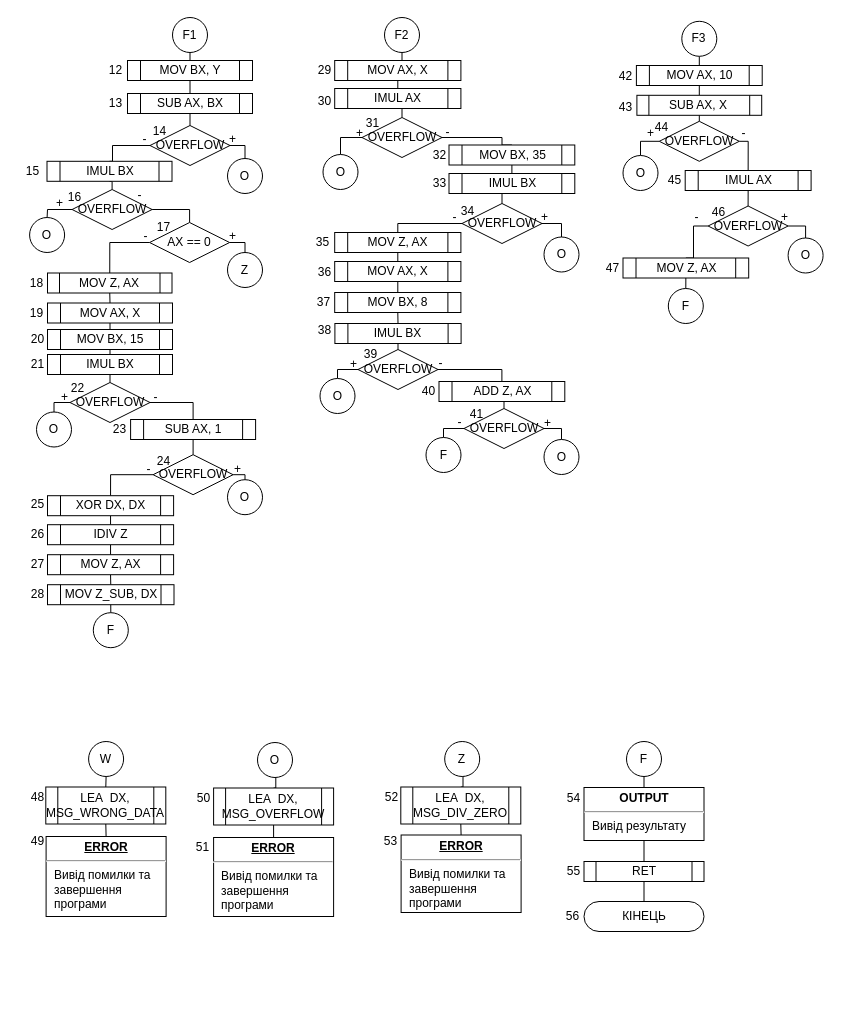
The draw.io diagram block_schemes/Lab3_123_errors.drawio in MilaHalko/Assembler-Labs, before the edit. Source tidied: cells renumbered, new cells numbered last; positions are measured from the earlier drawing's top-left corner, leaving out a move shared by most shapes. Both pictures are drawn from the tidied source at 100%, with x=0, y=0 at pixel (17, 17).
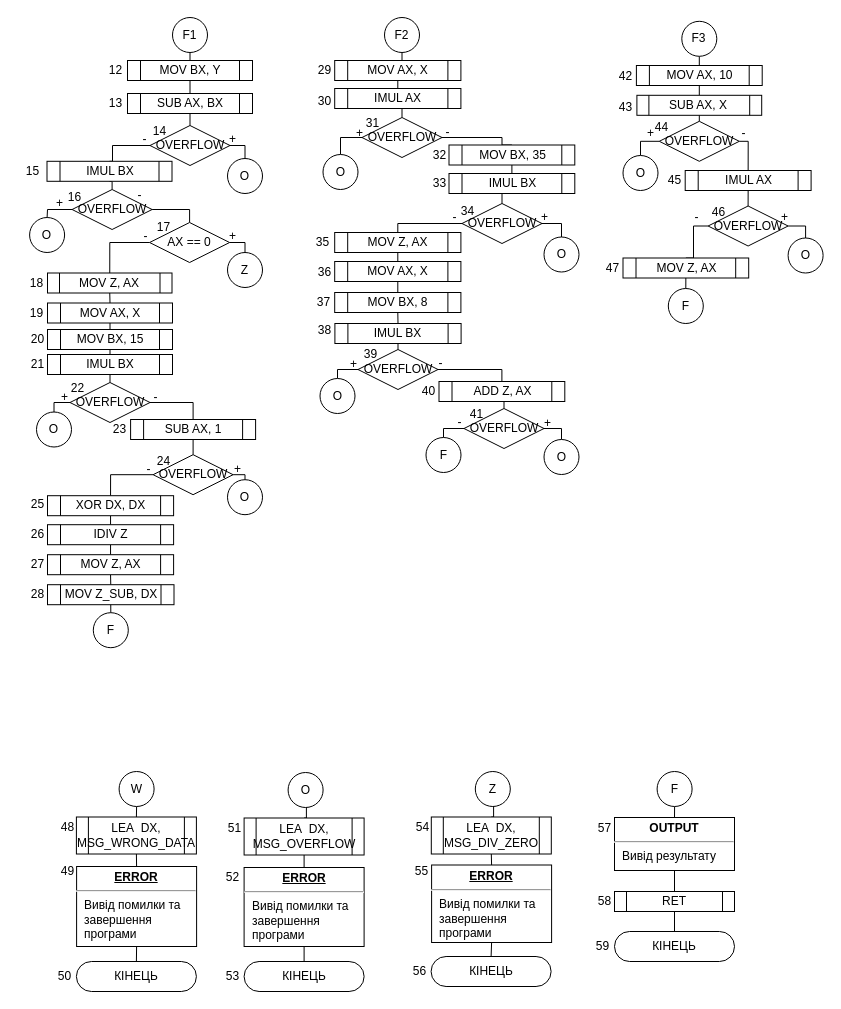
After the change.

The edit, as a diff of the source:
```diff
@@
     <mxCell id="162" value="Z" style="ellipse;whiteSpace=wrap;html=1;" parent="1" vertex="1">
-      <mxGeometry x="427.2" y="724" width="35" height="35" as="geometry" />
+      <mxGeometry x="457.8" y="754" width="35" height="35" as="geometry" />
     </mxCell>
     <mxCell id="163" style="edgeStyle=orthogonalEdgeStyle;rounded=0;jettySize=auto;html=1;exitX=0.5;exitY=0;exitDx=0;exitDy=0;entryX=0.5;entryY=1;entryDx=0;entryDy=0;endArrow=none;endFill=0;" parent="1" edge="1" source="164">
       <mxGeometry relative="1" as="geometry">
-        <mxPoint x="445.5" y="759" as="targetPoint" />
+        <mxPoint x="476.1" y="789" as="targetPoint" />
       </mxGeometry>
     </mxCell>
     <mxCell id="164" value="LEA&amp;nbsp; DX, &lt;br&gt;MSG_DIV_ZERO" style="shape=process;whiteSpace=wrap;html=1;backgroundOutline=1;" parent="1" vertex="1">
-      <mxGeometry x="383.3" y="769.5" width="120" height="37" as="geometry" />
+      <mxGeometry x="413.8" y="799.5" width="120" height="37" as="geometry" />
     </mxCell>
@@
     <mxCell id="166" value="&lt;p style=&quot;margin: 0px ; margin-top: 4px ; text-align: center ; text-decoration: underline&quot;&gt;&lt;b&gt;ERROR&lt;/b&gt;&lt;/p&gt;&lt;hr&gt;&lt;p style=&quot;margin: 0px ; margin-left: 8px&quot;&gt;Вивід помилки та&amp;nbsp;&lt;/p&gt;&lt;p style=&quot;margin: 0px ; margin-left: 8px&quot;&gt;завершення&amp;nbsp;&lt;/p&gt;&lt;p style=&quot;margin: 0px ; margin-left: 8px&quot;&gt;програми&lt;/p&gt;" style="verticalAlign=top;align=left;overflow=fill;fontSize=12;fontFamily=Helvetica;html=1;" parent="1" vertex="1">
-      <mxGeometry x="383.6" y="817.5" width="120" height="77.5" as="geometry" />
+      <mxGeometry x="414.1" y="847.5" width="120" height="77.5" as="geometry" />
     </mxCell>
-    <mxCell id="167" value="52" style="text;html=1;align=center;verticalAlign=middle;strokeColor=none;fillColor=none;" parent="1" vertex="1">
-      <mxGeometry x="359.1" y="769.5" width="30" height="20" as="geometry" />
+    <mxCell id="167" value="54" style="text;html=1;align=center;verticalAlign=middle;strokeColor=none;fillColor=none;" parent="1" vertex="1">
+      <mxGeometry x="389.6" y="799.5" width="30" height="20" as="geometry" />
     </mxCell>
-    <mxCell id="168" value="53" style="text;html=1;align=center;verticalAlign=middle;strokeColor=none;fillColor=none;" parent="1" vertex="1">
-      <mxGeometry x="358.3" y="814" width="30" height="20" as="geometry" />
+    <mxCell id="168" value="55" style="text;html=1;align=center;verticalAlign=middle;strokeColor=none;fillColor=none;" parent="1" vertex="1">
+      <mxGeometry x="388.8" y="844" width="30" height="20" as="geometry" />
     </mxCell>
@@
     <mxCell id="170" value="W" style="ellipse;whiteSpace=wrap;html=1;" parent="1" vertex="1">
-      <mxGeometry x="71.1" y="724" width="35" height="35" as="geometry" />
+      <mxGeometry x="101.6" y="754" width="35" height="35" as="geometry" />
     </mxCell>
     <mxCell id="171" value="LEA&amp;nbsp; DX, MSG_WRONG_DATA" style="shape=process;whiteSpace=wrap;html=1;backgroundOutline=1;" parent="1" vertex="1">
-      <mxGeometry x="28.3" y="769.5" width="120" height="37" as="geometry" />
+      <mxGeometry x="58.9" y="799.5" width="120" height="37" as="geometry" />
     </mxCell>
@@
     <mxCell id="173" value="&lt;p style=&quot;margin: 0px ; margin-top: 4px ; text-align: center ; text-decoration: underline&quot;&gt;&lt;b&gt;ERROR&lt;/b&gt;&lt;/p&gt;&lt;hr&gt;&lt;p style=&quot;margin: 0px ; margin-left: 8px&quot;&gt;Вивід помилки та&amp;nbsp;&lt;/p&gt;&lt;p style=&quot;margin: 0px ; margin-left: 8px&quot;&gt;завершення&amp;nbsp;&lt;/p&gt;&lt;p style=&quot;margin: 0px ; margin-left: 8px&quot;&gt;програми&lt;/p&gt;" style="verticalAlign=top;align=left;overflow=fill;fontSize=12;fontFamily=Helvetica;html=1;" parent="1" vertex="1">
-      <mxGeometry x="28.6" y="819" width="120" height="80" as="geometry" />
+      <mxGeometry x="59.1" y="849" width="120" height="80" as="geometry" />
     </mxCell>
     <mxCell id="174" value="48" style="text;html=1;align=center;verticalAlign=middle;strokeColor=none;fillColor=none;" parent="1" vertex="1">
-      <mxGeometry x="4.6" y="769.5" width="30" height="20" as="geometry" />
+      <mxGeometry x="35.1" y="799.5" width="30" height="20" as="geometry" />
     </mxCell>
     <mxCell id="175" value="49" style="text;html=1;align=center;verticalAlign=middle;strokeColor=none;fillColor=none;" parent="1" vertex="1">
-      <mxGeometry x="4.6" y="814" width="30" height="20" as="geometry" />
+      <mxGeometry x="35.1" y="844" width="30" height="20" as="geometry" />
     </mxCell>
     <mxCell id="176" value="O" style="ellipse;whiteSpace=wrap;html=1;" parent="1" vertex="1">
-      <mxGeometry x="240" y="725" width="35" height="35" as="geometry" />
+      <mxGeometry x="270.6" y="755" width="35" height="35" as="geometry" />
     </mxCell>
     <mxCell id="177" style="edgeStyle=orthogonalEdgeStyle;rounded=0;jettySize=auto;html=1;exitX=0.5;exitY=0;exitDx=0;exitDy=0;entryX=0.5;entryY=1;entryDx=0;entryDy=0;endArrow=none;endFill=0;" parent="1" edge="1" source="178">
       <mxGeometry relative="1" as="geometry">
-        <mxPoint x="258.3" y="760" as="targetPoint" />
+        <mxPoint x="288.9" y="790" as="targetPoint" />
       </mxGeometry>
     </mxCell>
     <mxCell id="178" value="LEA&amp;nbsp; DX, MSG_OVERFLOW" style="shape=process;whiteSpace=wrap;html=1;backgroundOutline=1;" parent="1" vertex="1">
-      <mxGeometry x="196.1" y="770.5" width="120" height="37" as="geometry" />
+      <mxGeometry x="226.6" y="800.5" width="120" height="37" as="geometry" />
     </mxCell>
@@
     <mxCell id="180" value="&lt;p style=&quot;margin: 0px ; margin-top: 4px ; text-align: center ; text-decoration: underline&quot;&gt;&lt;b&gt;ERROR&lt;/b&gt;&lt;/p&gt;&lt;hr&gt;&lt;p style=&quot;margin: 0px ; margin-left: 8px&quot;&gt;Вивід помилки та&amp;nbsp;&lt;/p&gt;&lt;p style=&quot;margin: 0px ; margin-left: 8px&quot;&gt;завершення&amp;nbsp;&lt;/p&gt;&lt;p style=&quot;margin: 0px ; margin-left: 8px&quot;&gt;програми&lt;/p&gt;" style="verticalAlign=top;align=left;overflow=fill;fontSize=12;fontFamily=Helvetica;html=1;" parent="1" vertex="1">
-      <mxGeometry x="196.1" y="820" width="120" height="79" as="geometry" />
+      <mxGeometry x="226.6" y="850" width="120" height="79" as="geometry" />
     </mxCell>
-    <mxCell id="181" value="50" style="text;html=1;align=center;verticalAlign=middle;strokeColor=none;fillColor=none;" parent="1" vertex="1">
-      <mxGeometry x="171.1" y="770.5" width="30" height="20" as="geometry" />
+    <mxCell id="181" value="51" style="text;html=1;align=center;verticalAlign=middle;strokeColor=none;fillColor=none;" parent="1" vertex="1">
+      <mxGeometry x="201.6" y="800.5" width="30" height="20" as="geometry" />
     </mxCell>
-    <mxCell id="182" value="51" style="text;html=1;align=center;verticalAlign=middle;strokeColor=none;fillColor=none;" parent="1" vertex="1">
-      <mxGeometry x="169.5" y="820" width="30" height="20" as="geometry" />
+    <mxCell id="182" value="52" style="text;html=1;align=center;verticalAlign=middle;strokeColor=none;fillColor=none;" parent="1" vertex="1">
+      <mxGeometry x="200" y="850" width="30" height="20" as="geometry" />
     </mxCell>
@@
     <mxCell id="184" value="F" style="ellipse;whiteSpace=wrap;html=1;" parent="1" vertex="1">
-      <mxGeometry x="609" y="724" width="35" height="35" as="geometry" />
+      <mxGeometry x="639.6" y="754" width="35" height="35" as="geometry" />
     </mxCell>
     <mxCell id="185" value="&lt;p style=&quot;margin: 4px 0px 0px ; text-align: center&quot;&gt;&lt;b&gt;OUTPUT&lt;/b&gt;&lt;/p&gt;&lt;hr&gt;&lt;p style=&quot;margin: 0px 0px 0px 8px&quot;&gt;Вивід результату&lt;/p&gt;" style="verticalAlign=top;align=left;overflow=fill;fontSize=12;fontFamily=Helvetica;html=1;" parent="1" vertex="1">
-      <mxGeometry x="566.5" y="770" width="120" height="53" as="geometry" />
+      <mxGeometry x="597" y="800" width="120" height="53" as="geometry" />
     </mxCell>
-    <mxCell id="186" value="54" style="text;html=1;align=center;verticalAlign=middle;strokeColor=none;fillColor=none;" parent="1" vertex="1">
-      <mxGeometry x="541.2" y="771" width="30" height="20" as="geometry" />
+    <mxCell id="186" value="57" style="text;html=1;align=center;verticalAlign=middle;strokeColor=none;fillColor=none;" parent="1" vertex="1">
+      <mxGeometry x="571.8" y="801" width="30" height="20" as="geometry" />
     </mxCell>
@@
     <mxCell id="188" value="КІНЕЦЬ" style="rounded=1;whiteSpace=wrap;html=1;arcSize=50;" parent="1" vertex="1">
-      <mxGeometry x="566.5" y="884" width="120" height="30" as="geometry" />
+      <mxGeometry x="597" y="914" width="120" height="30" as="geometry" />
     </mxCell>
-    <mxCell id="189" value="55" style="text;html=1;align=center;verticalAlign=middle;strokeColor=none;fillColor=none;" parent="1" vertex="1">
-      <mxGeometry x="541.2" y="844" width="30" height="20" as="geometry" />
+    <mxCell id="189" value="58" style="text;html=1;align=center;verticalAlign=middle;strokeColor=none;fillColor=none;" parent="1" vertex="1">
+      <mxGeometry x="571.8" y="874" width="30" height="20" as="geometry" />
     </mxCell>
@@
     <mxCell id="192" value="RET" style="shape=process;whiteSpace=wrap;html=1;backgroundOutline=1;" parent="1" vertex="1">
-      <mxGeometry x="566.5" y="844" width="120" height="20" as="geometry" />
+      <mxGeometry x="597" y="874" width="120" height="20" as="geometry" />
     </mxCell>
-    <mxCell id="193" value="56" style="text;html=1;align=center;verticalAlign=middle;strokeColor=none;fillColor=none;" parent="1" vertex="1">
-      <mxGeometry x="539.5" y="889" width="30" height="20" as="geometry" />
+    <mxCell id="193" value="59" style="text;html=1;align=center;verticalAlign=middle;strokeColor=none;fillColor=none;" parent="1" vertex="1">
+      <mxGeometry x="570" y="919" width="30" height="20" as="geometry" />
     </mxCell>
+    <mxCell id="194" style="edgeStyle=orthogonalEdgeStyle;rounded=0;jettySize=auto;html=1;exitX=0.5;exitY=0;exitDx=0;exitDy=0;entryX=0.5;entryY=1;entryDx=0;entryDy=0;endArrow=none;endFill=0;" parent="1" edge="1" source="195" target="166">
+      <mxGeometry relative="1" as="geometry" />
+    </mxCell>
+    <mxCell id="195" value="КІНЕЦЬ" style="rounded=1;whiteSpace=wrap;html=1;arcSize=50;" parent="1" vertex="1">
+      <mxGeometry x="413.6" y="939" width="120" height="30" as="geometry" />
+    </mxCell>
+    <mxCell id="196" value="56" style="text;html=1;align=center;verticalAlign=middle;strokeColor=none;fillColor=none;" parent="1" vertex="1">
+      <mxGeometry x="386.6" y="944" width="30" height="20" as="geometry" />
+    </mxCell>
+    <mxCell id="197" style="edgeStyle=orthogonalEdgeStyle;rounded=0;jettySize=auto;html=1;exitX=0.5;exitY=0;exitDx=0;exitDy=0;entryX=0.5;entryY=1;entryDx=0;entryDy=0;endArrow=none;endFill=0;" parent="1" edge="1" source="198" target="180">
+      <mxGeometry relative="1" as="geometry" />
+    </mxCell>
+    <mxCell id="198" value="КІНЕЦЬ" style="rounded=1;whiteSpace=wrap;html=1;arcSize=50;" parent="1" vertex="1">
+      <mxGeometry x="226.6" y="944" width="120" height="30" as="geometry" />
+    </mxCell>
+    <mxCell id="199" value="53" style="text;html=1;align=center;verticalAlign=middle;strokeColor=none;fillColor=none;" parent="1" vertex="1">
+      <mxGeometry x="199.6" y="949" width="30" height="20" as="geometry" />
+    </mxCell>
+    <mxCell id="200" style="edgeStyle=orthogonalEdgeStyle;rounded=0;jettySize=auto;html=1;exitX=0.5;exitY=0;exitDx=0;exitDy=0;entryX=0.5;entryY=1;entryDx=0;entryDy=0;endArrow=none;endFill=0;" parent="1" edge="1" source="201" target="173">
+      <mxGeometry relative="1" as="geometry" />
+    </mxCell>
+    <mxCell id="201" value="КІНЕЦЬ" style="rounded=1;whiteSpace=wrap;html=1;arcSize=50;" parent="1" vertex="1">
+      <mxGeometry x="58.9" y="944" width="120" height="30" as="geometry" />
+    </mxCell>
+    <mxCell id="202" value="50" style="text;html=1;align=center;verticalAlign=middle;strokeColor=none;fillColor=none;" parent="1" vertex="1">
+      <mxGeometry x="32.1" y="949" width="30" height="20" as="geometry" />
+    </mxCell>
```
